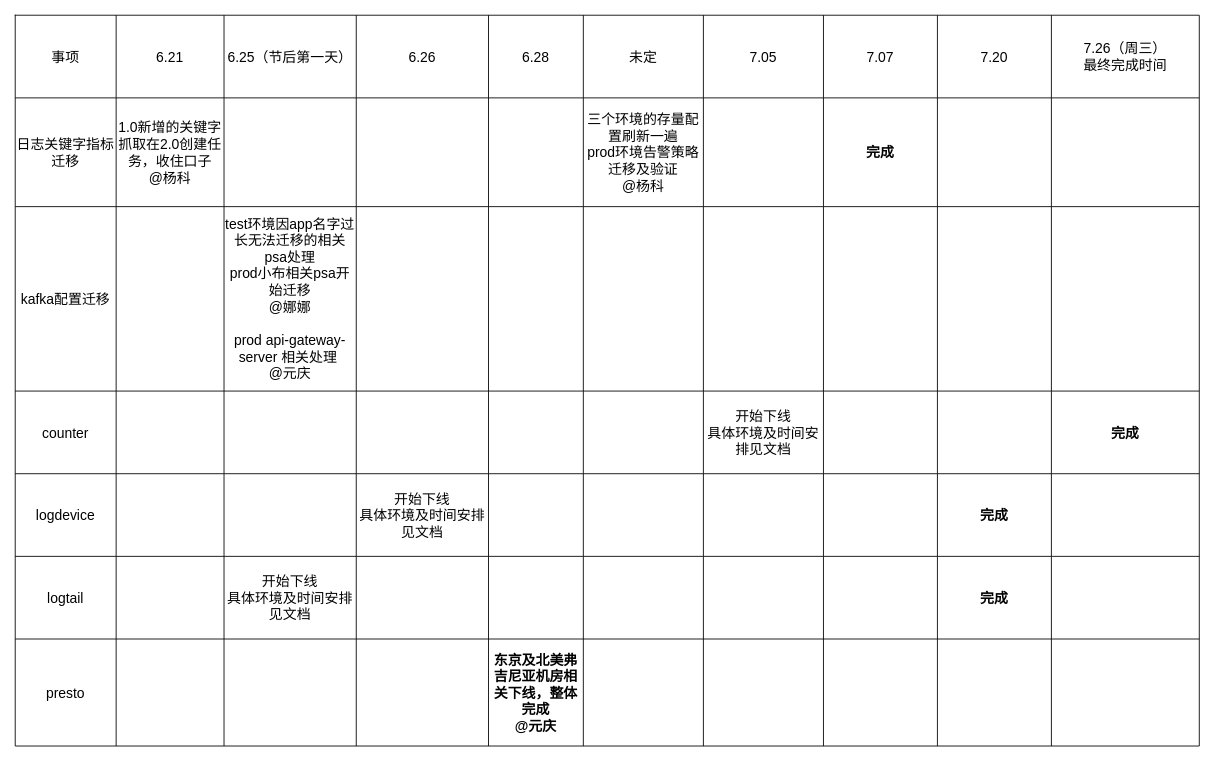
Above: 未命名绘图.drawio in jingb/pythonRepo (draw.io), before the change. Source tidied: cells renumbered, new cells numbered last; positions are measured from the earlier drawing's top-left corner, leaving out a move shared by most shapes. Both pictures are drawn from the tidied source at 87%, with x=0, y=0 at pixel (15, 15).
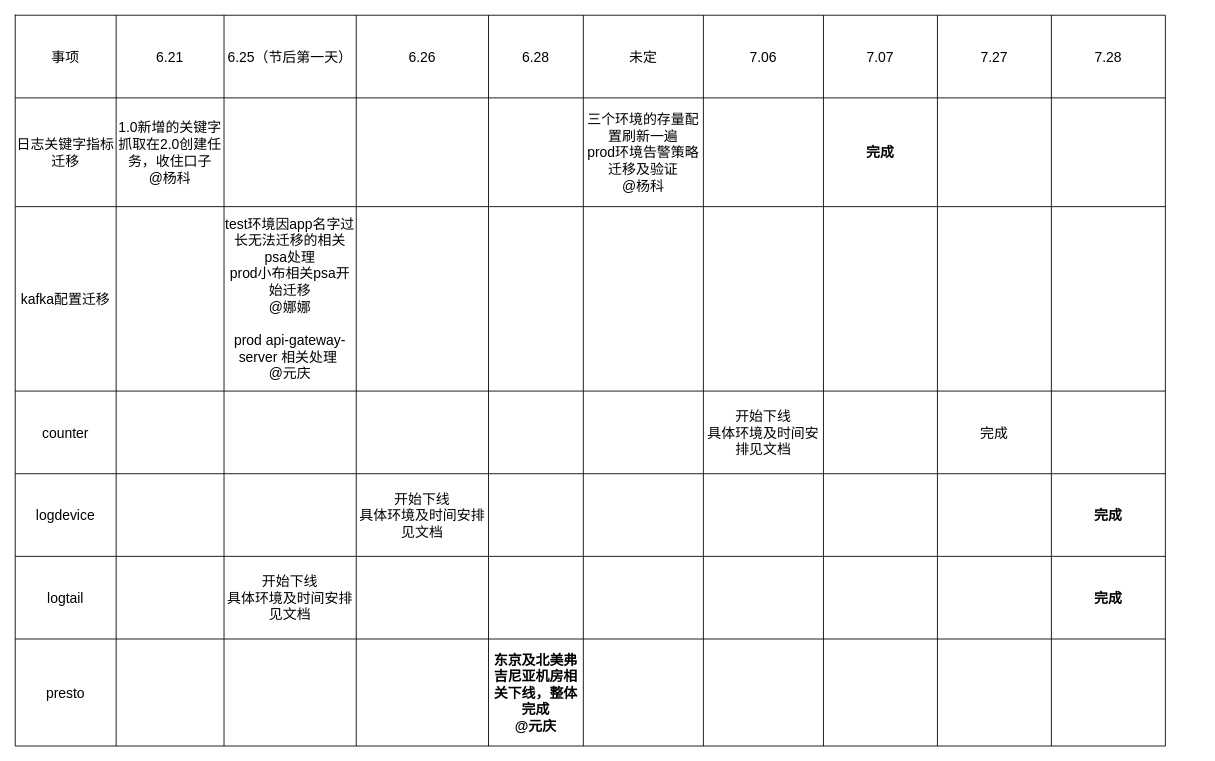
Above is the later version.

Commit message:
更新未命名绘图.drawio

The edit, as a diff of the source:
```diff
@@
     <mxCell id="2" style="shape=table;startSize=0;childLayout=tableLayout;fontSize=16;" parent="1" vertex="1">
-      <mxGeometry width="1361" height="840" as="geometry" />
+      <mxGeometry width="1322" height="840" as="geometry" />
     </mxCell>
     <mxCell id="3" style="shape=tableRow;horizontal=0;startSize=0;swimlaneHead=0;swimlaneBody=0;strokeColor=inherit;top=0;left=0;bottom=0;right=0;fillColor=none;fontSize=16;" parent="2" vertex="1">
-      <mxGeometry width="1361" height="95" as="geometry" />
+      <mxGeometry width="1322" height="95" as="geometry" />
     </mxCell>
@@
-    <mxCell id="10" value="7.05" style="shape=partialRectangle;html=1;whiteSpace=wrap;strokeColor=inherit;overflow=hidden;fillColor=none;top=0;left=0;bottom=0;right=0;fontSize=16;" parent="3" vertex="1">
+    <mxCell id="10" value="7.06" style="shape=partialRectangle;html=1;whiteSpace=wrap;strokeColor=inherit;overflow=hidden;fillColor=none;top=0;left=0;bottom=0;right=0;fontSize=16;" parent="3" vertex="1">
       <mxGeometry x="791" width="138" height="95" as="geometry" />
     </mxCell>
@@
+    <mxCell id="80" value="7.27" style="shape=partialRectangle;html=1;whiteSpace=wrap;strokeColor=inherit;overflow=hidden;fillColor=none;top=0;left=0;bottom=0;right=0;fontSize=16;" parent="3" vertex="1">
+      <mxGeometry x="1060" width="131" height="95" as="geometry" />
+    </mxCell>
-    <mxCell id="12" value="7.20" style="shape=partialRectangle;html=1;whiteSpace=wrap;strokeColor=inherit;overflow=hidden;fillColor=none;top=0;left=0;bottom=0;right=0;fontSize=16;" parent="3" vertex="1">
-      <mxGeometry x="1060" width="131" height="95" as="geometry" />
+    <mxCell id="12" value="7.28" style="shape=partialRectangle;html=1;whiteSpace=wrap;strokeColor=inherit;overflow=hidden;fillColor=none;top=0;left=0;bottom=0;right=0;fontSize=16;" parent="3" vertex="1">
+      <mxGeometry x="1191" width="131" height="95" as="geometry" />
     </mxCell>
-    <mxCell id="13" value="7.26（周三）&lt;br&gt;最终完成时间" style="shape=partialRectangle;html=1;whiteSpace=wrap;strokeColor=inherit;overflow=hidden;fillColor=none;top=0;left=0;bottom=0;right=0;fontSize=16;" parent="3" vertex="1">
-      <mxGeometry x="1191" width="170" height="95" as="geometry" />
-    </mxCell>
     <mxCell id="14" style="shape=tableRow;horizontal=0;startSize=0;swimlaneHead=0;swimlaneBody=0;strokeColor=inherit;top=0;left=0;bottom=0;right=0;fillColor=none;fontSize=16;" parent="2" vertex="1">
-      <mxGeometry y="95" width="1361" height="125" as="geometry" />
+      <mxGeometry y="95" width="1322" height="125" as="geometry" />
     </mxCell>
@@
+    <mxCell id="81" style="shape=partialRectangle;html=1;whiteSpace=wrap;strokeColor=inherit;overflow=hidden;fillColor=none;top=0;left=0;bottom=0;right=0;fontSize=16;" parent="14" vertex="1">
+      <mxGeometry x="1060" width="131" height="125" as="geometry" />
+    </mxCell>
     <mxCell id="23" style="shape=partialRectangle;html=1;whiteSpace=wrap;strokeColor=inherit;overflow=hidden;fillColor=none;top=0;left=0;bottom=0;right=0;fontSize=16;" parent="14" vertex="1">
-      <mxGeometry x="1060" width="131" height="125" as="geometry" />
+      <mxGeometry x="1191" width="131" height="125" as="geometry" />
     </mxCell>
-    <mxCell id="24" style="shape=partialRectangle;html=1;whiteSpace=wrap;strokeColor=inherit;overflow=hidden;fillColor=none;top=0;left=0;bottom=0;right=0;fontSize=16;" parent="14" vertex="1">
-      <mxGeometry x="1191" width="170" height="125" as="geometry" />
-    </mxCell>
     <mxCell id="25" style="shape=tableRow;horizontal=0;startSize=0;swimlaneHead=0;swimlaneBody=0;strokeColor=inherit;top=0;left=0;bottom=0;right=0;fillColor=none;fontSize=16;" parent="2" vertex="1">
-      <mxGeometry y="220" width="1361" height="212" as="geometry" />
+      <mxGeometry y="220" width="1322" height="212" as="geometry" />
     </mxCell>
@@
+    <mxCell id="82" style="shape=partialRectangle;html=1;whiteSpace=wrap;strokeColor=inherit;overflow=hidden;fillColor=none;top=0;left=0;bottom=0;right=0;fontSize=16;" parent="25" vertex="1">
+      <mxGeometry x="1060" width="131" height="212" as="geometry" />
+    </mxCell>
     <mxCell id="34" style="shape=partialRectangle;html=1;whiteSpace=wrap;strokeColor=inherit;overflow=hidden;fillColor=none;top=0;left=0;bottom=0;right=0;fontSize=16;" parent="25" vertex="1">
-      <mxGeometry x="1060" width="131" height="212" as="geometry" />
+      <mxGeometry x="1191" width="131" height="212" as="geometry" />
     </mxCell>
-    <mxCell id="35" style="shape=partialRectangle;html=1;whiteSpace=wrap;strokeColor=inherit;overflow=hidden;fillColor=none;top=0;left=0;bottom=0;right=0;fontSize=16;" parent="25" vertex="1">
-      <mxGeometry x="1191" width="170" height="212" as="geometry" />
-    </mxCell>
     <mxCell id="36" style="shape=tableRow;horizontal=0;startSize=0;swimlaneHead=0;swimlaneBody=0;strokeColor=inherit;top=0;left=0;bottom=0;right=0;fillColor=none;fontSize=16;" parent="2" vertex="1">
-      <mxGeometry y="432" width="1361" height="95" as="geometry" />
+      <mxGeometry y="432" width="1322" height="95" as="geometry" />
     </mxCell>
@@
+    <mxCell id="46" value="完成" style="shape=partialRectangle;html=1;whiteSpace=wrap;strokeColor=inherit;overflow=hidden;fillColor=none;top=0;left=0;bottom=0;right=0;fontSize=16;" parent="36" vertex="1">
+      <mxGeometry x="1060" width="131" height="95" as="geometry" />
+    </mxCell>
     <mxCell id="45" style="shape=partialRectangle;html=1;whiteSpace=wrap;strokeColor=inherit;overflow=hidden;fillColor=none;top=0;left=0;bottom=0;right=0;fontSize=16;" parent="36" vertex="1">
-      <mxGeometry x="1060" width="131" height="95" as="geometry" />
+      <mxGeometry x="1191" width="131" height="95" as="geometry" />
     </mxCell>
-    <mxCell id="46" value="&lt;b&gt;完成&lt;/b&gt;" style="shape=partialRectangle;html=1;whiteSpace=wrap;strokeColor=inherit;overflow=hidden;fillColor=none;top=0;left=0;bottom=0;right=0;fontSize=16;" parent="36" vertex="1">
-      <mxGeometry x="1191" width="170" height="95" as="geometry" />
-    </mxCell>
     <mxCell id="47" style="shape=tableRow;horizontal=0;startSize=0;swimlaneHead=0;swimlaneBody=0;strokeColor=inherit;top=0;left=0;bottom=0;right=0;fillColor=none;fontSize=16;" parent="2" vertex="1">
-      <mxGeometry y="527" width="1361" height="95" as="geometry" />
+      <mxGeometry y="527" width="1322" height="95" as="geometry" />
     </mxCell>
@@
+    <mxCell id="83" style="shape=partialRectangle;html=1;whiteSpace=wrap;strokeColor=inherit;overflow=hidden;fillColor=none;top=0;left=0;bottom=0;right=0;fontSize=16;" parent="47" vertex="1">
+      <mxGeometry x="1060" width="131" height="95" as="geometry" />
+    </mxCell>
     <mxCell id="56" value="&lt;b style=&quot;border-color: var(--border-color);&quot;&gt;完成&lt;/b&gt;" style="shape=partialRectangle;html=1;whiteSpace=wrap;strokeColor=inherit;overflow=hidden;fillColor=none;top=0;left=0;bottom=0;right=0;fontSize=16;" parent="47" vertex="1">
-      <mxGeometry x="1060" width="131" height="95" as="geometry" />
+      <mxGeometry x="1191" width="131" height="95" as="geometry" />
     </mxCell>
-    <mxCell id="57" style="shape=partialRectangle;html=1;whiteSpace=wrap;strokeColor=inherit;overflow=hidden;fillColor=none;top=0;left=0;bottom=0;right=0;fontSize=16;" parent="47" vertex="1">
-      <mxGeometry x="1191" width="170" height="95" as="geometry" />
-    </mxCell>
     <mxCell id="58" style="shape=tableRow;horizontal=0;startSize=0;swimlaneHead=0;swimlaneBody=0;strokeColor=inherit;top=0;left=0;bottom=0;right=0;fillColor=none;fontSize=16;" parent="2" vertex="1">
-      <mxGeometry y="622" width="1361" height="95" as="geometry" />
+      <mxGeometry y="622" width="1322" height="95" as="geometry" />
     </mxCell>
@@
+    <mxCell id="84" style="shape=partialRectangle;html=1;whiteSpace=wrap;strokeColor=inherit;overflow=hidden;fillColor=none;top=0;left=0;bottom=0;right=0;fontSize=16;" parent="58" vertex="1">
+      <mxGeometry x="1060" width="131" height="95" as="geometry" />
+    </mxCell>
     <mxCell id="67" value="&lt;b style=&quot;border-color: var(--border-color);&quot;&gt;完成&lt;/b&gt;" style="shape=partialRectangle;html=1;whiteSpace=wrap;strokeColor=inherit;overflow=hidden;fillColor=none;top=0;left=0;bottom=0;right=0;fontSize=16;" parent="58" vertex="1">
-      <mxGeometry x="1060" width="131" height="95" as="geometry" />
+      <mxGeometry x="1191" width="131" height="95" as="geometry" />
     </mxCell>
-    <mxCell id="68" style="shape=partialRectangle;html=1;whiteSpace=wrap;strokeColor=inherit;overflow=hidden;fillColor=none;top=0;left=0;bottom=0;right=0;fontSize=16;" parent="58" vertex="1">
-      <mxGeometry x="1191" width="170" height="95" as="geometry" />
-    </mxCell>
     <mxCell id="69" style="shape=tableRow;horizontal=0;startSize=0;swimlaneHead=0;swimlaneBody=0;strokeColor=inherit;top=0;left=0;bottom=0;right=0;fillColor=none;fontSize=16;" parent="2" vertex="1">
-      <mxGeometry y="717" width="1361" height="123" as="geometry" />
+      <mxGeometry y="717" width="1322" height="123" as="geometry" />
     </mxCell>
@@
+    <mxCell id="85" style="shape=partialRectangle;html=1;whiteSpace=wrap;strokeColor=inherit;overflow=hidden;fillColor=none;top=0;left=0;bottom=0;right=0;fontSize=16;" parent="69" vertex="1">
+      <mxGeometry x="1060" width="131" height="123" as="geometry" />
+    </mxCell>
     <mxCell id="78" style="shape=partialRectangle;html=1;whiteSpace=wrap;strokeColor=inherit;overflow=hidden;fillColor=none;top=0;left=0;bottom=0;right=0;fontSize=16;" parent="69" vertex="1">
-      <mxGeometry x="1060" width="131" height="123" as="geometry" />
+      <mxGeometry x="1191" width="131" height="123" as="geometry" />
     </mxCell>
-    <mxCell id="79" style="shape=partialRectangle;html=1;whiteSpace=wrap;strokeColor=inherit;overflow=hidden;fillColor=none;top=0;left=0;bottom=0;right=0;fontSize=16;" parent="69" vertex="1">
-      <mxGeometry x="1191" width="170" height="123" as="geometry" />
-    </mxCell>
```
